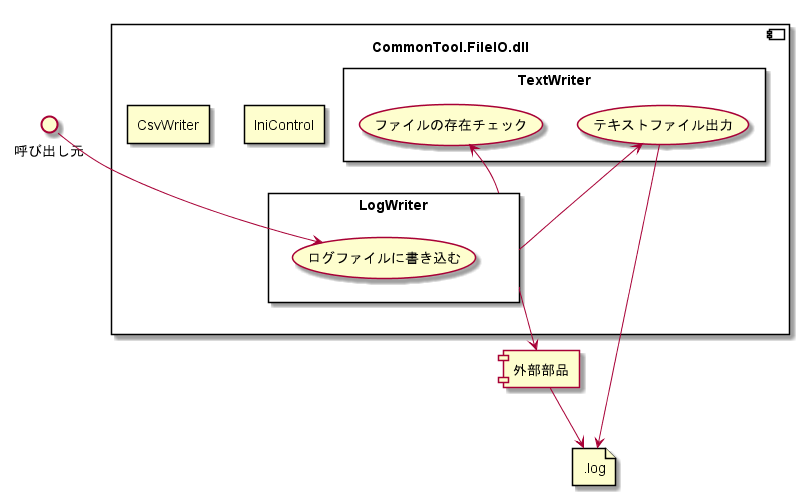
Earlier version of the PlantUML export doc/03_SubSystem別/CommonTool.FileIO/01_機能詳細/コンポーネント図_LogWriter.png (hirorich/CommonTool).
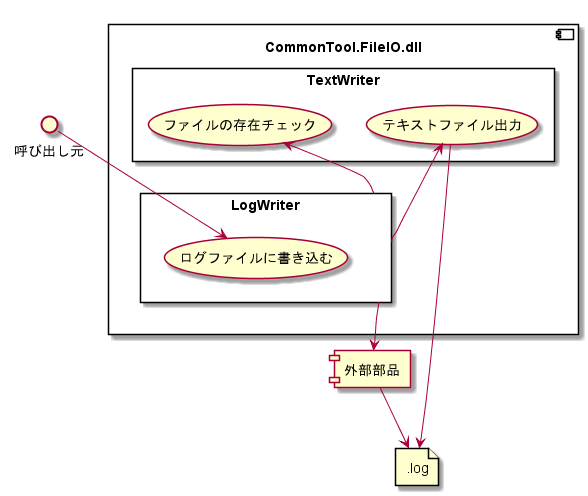
The same diagram one commit later.

Commit message:
機能別コンポーネント図から未参照の機能を非表示

Change to the diagram source:
```diff
@@ -3,11 +3,9 @@
 interface "呼び出し元" as caller
 
 component "CommonTool.FileIO.dll" as FileIO {
-  rectangle IniControl
   rectangle LogWriter {
     (ログファイルに書き込む)
   }
-  rectangle CsvWriter
   rectangle TextWriter {
     (ファイルの存在チェック)
     (テキストファイル出力)
```
